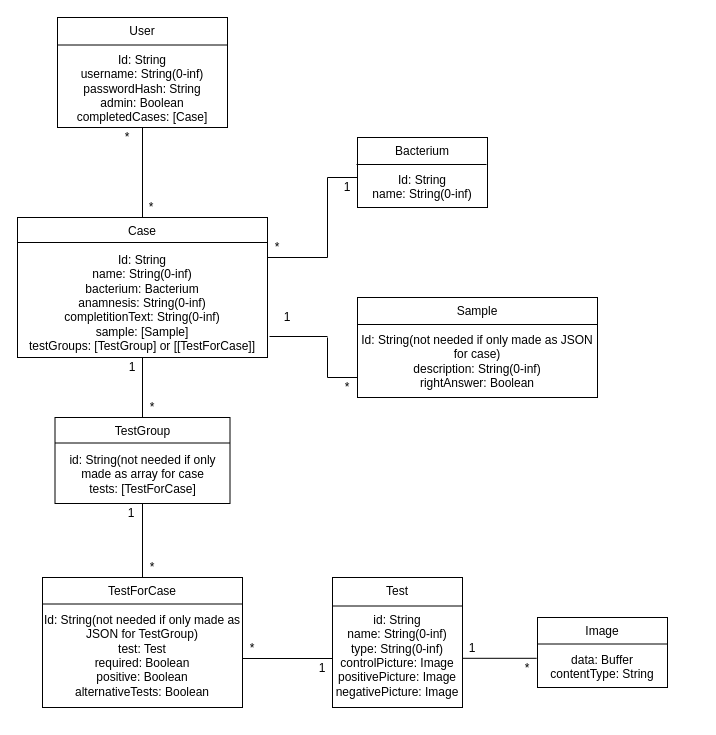
Above: documentation/database.drawio in Ohtu-bakteerien-tunnistuspeli/Bakteerin-tunnistuspeli (draw.io), before the change. Source tidied: cells renumbered, new cells numbered last; positions are measured from the earlier drawing's top-left corner, leaving out a move shared by most shapes. Both pictures are drawn from the tidied source at 100%, with x=0, y=0 at pixel (17, 17).
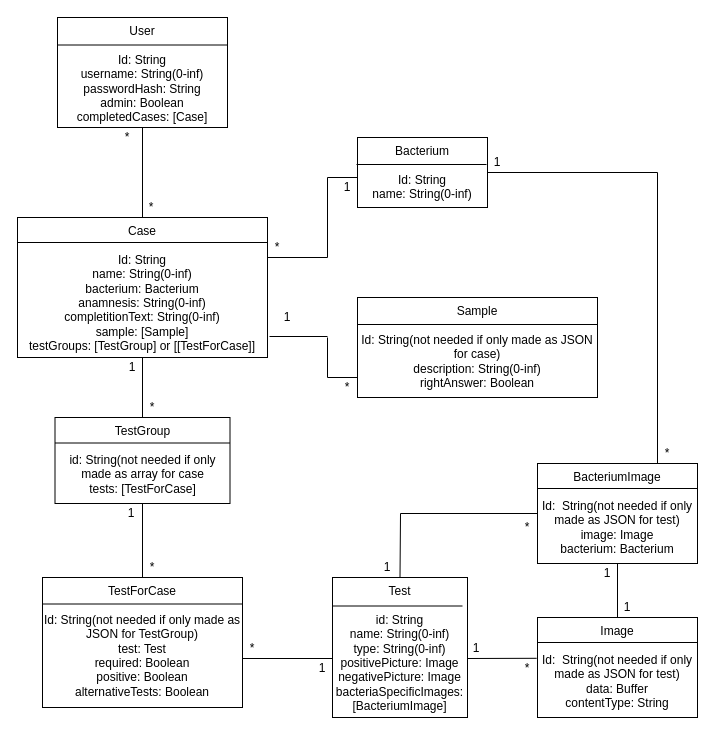
The same page after the edit.

Commit message (it also covers changes not shown here):
Add test schema, test adding and getting tests to backend and update database plan

Unchanged cells that the change refers to:
```xml
<mxCell id="3" value="Bacterium&lt;br&gt;&lt;br&gt;Id: String&lt;br&gt;name: String(0-inf)" style="rounded=0;whiteSpace=wrap;html=1;verticalAlign=top;" parent="1" vertex="1">
  <mxGeometry x="340" y="120" width="130" height="70" as="geometry" />
</mxCell>
```

Change to the diagram source:
```diff
@@
-    <mxCell id="6" value="Test&lt;br&gt;&lt;br&gt;id: String&lt;br&gt;name: String(0-inf)&lt;br&gt;type: String(0-inf)&lt;br&gt;controlPicture: Image&lt;br&gt;positivePicture: Image&lt;br&gt;negativePicture: Image" style="rounded=0;whiteSpace=wrap;html=1;verticalAlign=top;" parent="1" vertex="1">
-      <mxGeometry x="315" y="560" width="130" height="130" as="geometry" />
+    <mxCell id="6" value="Test&lt;br&gt;&lt;br&gt;id: String&lt;br&gt;name: String(0-inf)&lt;br&gt;type: String(0-inf)&lt;br&gt;positivePicture: Image&lt;br&gt;negativePicture: Image&lt;br&gt;bacteriaSpecificImages: [BacteriumImage]" style="rounded=0;whiteSpace=wrap;html=1;verticalAlign=top;" parent="1" vertex="1">
+      <mxGeometry x="315" y="560" width="135" height="140" as="geometry" />
     </mxCell>
@@
-    <mxCell id="38" value="Image&lt;br&gt;&lt;br&gt;data: Buffer&lt;br&gt;contentType: String" style="rounded=0;whiteSpace=wrap;html=1;verticalAlign=top;" parent="1" vertex="1">
-      <mxGeometry x="520" y="600" width="130" height="70" as="geometry" />
+    <mxCell id="38" value="Image&lt;br&gt;&lt;br&gt;Id:&amp;nbsp;&amp;nbsp;String(not needed if only made as JSON for test)&lt;br&gt;data: Buffer&lt;br&gt;contentType: String" style="rounded=0;whiteSpace=wrap;html=1;verticalAlign=top;" parent="1" vertex="1">
+      <mxGeometry x="520" y="600" width="160" height="100" as="geometry" />
     </mxCell>
-    <mxCell id="39" style="endArrow=none;html=1;entryX=1;entryY=0.25;entryDx=0;entryDy=0;exitX=0;exitY=0.25;exitDx=0;exitDy=0;" parent="1" edge="1">
+    <mxCell id="39" style="endArrow=none;html=1;exitX=0;exitY=0.25;exitDx=0;exitDy=0;" parent="1" edge="1" source="38">
       <mxGeometry relative="1" as="geometry">
-        <mxPoint x="520" y="626.5" as="sourcePoint" />
-        <mxPoint x="650" y="626.5" as="targetPoint" />
+        <mxPoint x="680" y="625" as="targetPoint" />
       </mxGeometry>
     </mxCell>
-    <mxCell id="40" style="endArrow=none;html=1;entryX=-0.006;entryY=0.611;entryDx=0;entryDy=0;entryPerimeter=0;exitX=0.998;exitY=0.637;exitDx=0;exitDy=0;exitPerimeter=0;" parent="1" edge="1">
+    <mxCell id="40" style="endArrow=none;html=1;entryX=-0.006;entryY=0.611;entryDx=0;entryDy=0;entryPerimeter=0;" parent="1" edge="1">
       <mxGeometry relative="1" as="geometry">
-        <mxPoint x="444.7" y="640.8" as="sourcePoint" />
+        <mxPoint x="450" y="641" as="sourcePoint" />
         <mxPoint x="519.2" y="640.8" as="targetPoint" />
       </mxGeometry>
     </mxCell>
     <mxCell id="41" value="1" style="text;html=1;strokeColor=none;fillColor=none;align=center;verticalAlign=middle;whiteSpace=wrap;rounded=0;" parent="1" vertex="1">
-      <mxGeometry x="445" y="621" width="20" height="20" as="geometry" />
+      <mxGeometry x="449" y="621" width="20" height="20" as="geometry" />
     </mxCell>
@@
+    <mxCell id="43" value="BacteriumImage&lt;br&gt;&lt;br&gt;Id:&amp;nbsp;&amp;nbsp;String(not needed if only made as JSON for test)&lt;br&gt;image: Image&lt;br&gt;bacterium: Bacterium" style="rounded=0;whiteSpace=wrap;html=1;verticalAlign=top;" parent="1" vertex="1">
+      <mxGeometry x="520" y="446" width="160" height="100" as="geometry" />
+    </mxCell>
+    <mxCell id="44" style="endArrow=none;html=1;exitX=0;exitY=0.25;exitDx=0;exitDy=0;" parent="1" edge="1" source="43">
+      <mxGeometry relative="1" as="geometry">
+        <mxPoint x="680" y="471" as="targetPoint" />
+      </mxGeometry>
+    </mxCell>
+    <mxCell id="45" style="endArrow=none;html=1;entryX=0;entryY=0.5;entryDx=0;entryDy=0;" parent="1" edge="1" target="43">
+      <mxGeometry relative="1" as="geometry">
+        <mxPoint x="383" y="496" as="sourcePoint" />
+      </mxGeometry>
+    </mxCell>
+    <mxCell id="46" style="endArrow=none;html=1;exitX=0.5;exitY=0;exitDx=0;exitDy=0;" parent="1" edge="1" source="6">
+      <mxGeometry relative="1" as="geometry">
+        <mxPoint x="383" y="496" as="targetPoint" />
+      </mxGeometry>
+    </mxCell>
+    <mxCell id="47" value="1" style="text;html=1;strokeColor=none;fillColor=none;align=center;verticalAlign=middle;whiteSpace=wrap;rounded=0;" parent="1" vertex="1">
+      <mxGeometry x="360" y="540" width="20" height="20" as="geometry" />
+    </mxCell>
+    <mxCell id="48" value="*" style="text;html=1;strokeColor=none;fillColor=none;align=center;verticalAlign=middle;whiteSpace=wrap;rounded=0;" parent="1" vertex="1">
+      <mxGeometry x="500" y="500" width="20" height="20" as="geometry" />
+    </mxCell>
+    <mxCell id="49" style="endArrow=none;html=1;exitX=0.5;exitY=0;exitDx=0;exitDy=0;entryX=0.5;entryY=1;entryDx=0;entryDy=0;" parent="1" edge="1" source="38" target="43">
+      <mxGeometry relative="1" as="geometry" />
+    </mxCell>
+    <mxCell id="50" value="1" style="text;html=1;strokeColor=none;fillColor=none;align=center;verticalAlign=middle;whiteSpace=wrap;rounded=0;" parent="1" vertex="1">
+      <mxGeometry x="580" y="546" width="20" height="20" as="geometry" />
+    </mxCell>
+    <mxCell id="51" value="1" style="text;html=1;strokeColor=none;fillColor=none;align=center;verticalAlign=middle;whiteSpace=wrap;rounded=0;" parent="1" vertex="1">
+      <mxGeometry x="600" y="580" width="20" height="20" as="geometry" />
+    </mxCell>
+    <mxCell id="52" style="endArrow=none;html=1;exitX=0.75;exitY=0;exitDx=0;exitDy=0;" parent="1" edge="1" source="43">
+      <mxGeometry relative="1" as="geometry">
+        <mxPoint x="640" y="155" as="targetPoint" />
+      </mxGeometry>
+    </mxCell>
+    <mxCell id="53" style="endArrow=none;html=1;exitX=1;exitY=0.5;exitDx=0;exitDy=0;" parent="1" edge="1" source="3">
+      <mxGeometry relative="1" as="geometry">
+        <mxPoint x="640" y="155" as="targetPoint" />
+      </mxGeometry>
+    </mxCell>
+    <mxCell id="54" value="1" style="text;html=1;strokeColor=none;fillColor=none;align=center;verticalAlign=middle;whiteSpace=wrap;rounded=0;" parent="1" vertex="1">
+      <mxGeometry x="470" y="135" width="20" height="20" as="geometry" />
+    </mxCell>
+    <mxCell id="55" value="*" style="text;html=1;strokeColor=none;fillColor=none;align=center;verticalAlign=middle;whiteSpace=wrap;rounded=0;" parent="1" vertex="1">
+      <mxGeometry x="640" y="426" width="20" height="20" as="geometry" />
+    </mxCell>
```
